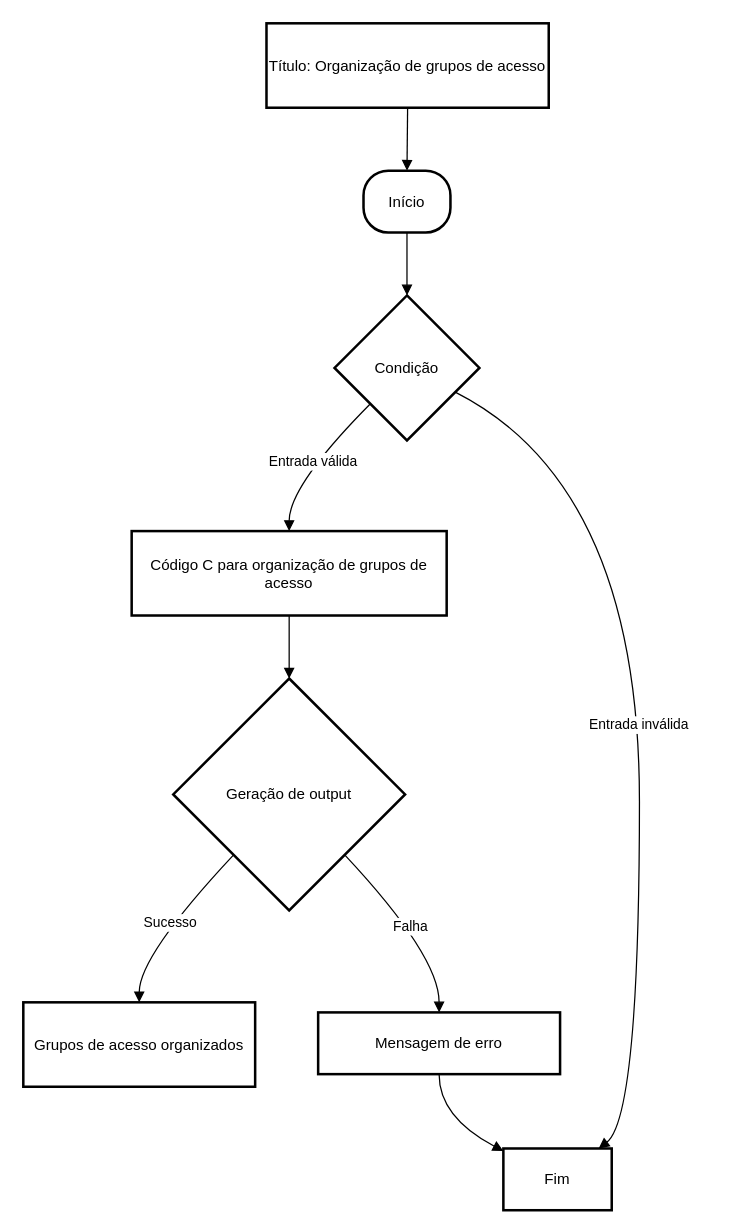
YuriMSdS/AccessGroupGCP keeps this draw.io diagram as Diagrama sem nome.drawio. Above is the earlier version. Source tidied: cells renumbered, new cells numbered last; positions are measured from the earlier drawing's top-left corner, leaving out a move shared by most shapes. Both pictures are drawn from the tidied source at 126%, with x=0, y=0 at pixel (23, 23).
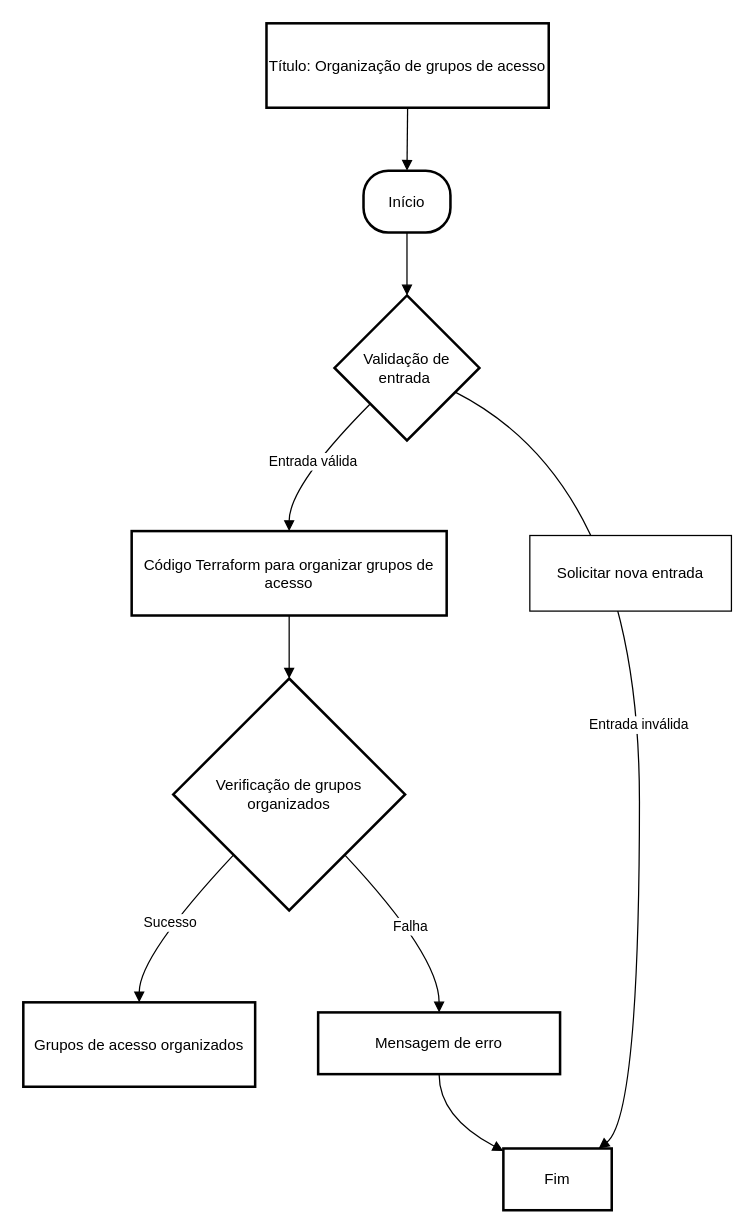
The same page after the edit.

Change to the diagram source:
```diff
@@
-    <mxCell id="4" value="Condição" style="rhombus;strokeWidth=2;whiteSpace=wrap;" parent="1" vertex="1">
+    <mxCell id="4" value="Validação de entrada " style="rhombus;strokeWidth=2;whiteSpace=wrap;" parent="1" vertex="1">
       <mxGeometry x="247" y="216" width="115" height="115" as="geometry" />
     </mxCell>
-    <mxCell id="5" value="Código C para organização de grupos de acesso" style="whiteSpace=wrap;strokeWidth=2;" parent="1" vertex="1">
+    <mxCell id="5" value="Código Terraform para organizar grupos de acesso" style="whiteSpace=wrap;strokeWidth=2;" parent="1" vertex="1">
       <mxGeometry x="86" y="403" width="250" height="67" as="geometry" />
     </mxCell>
@@
-    <mxCell id="7" value="Geração de output" style="rhombus;strokeWidth=2;whiteSpace=wrap;" parent="1" vertex="1">
+    <mxCell id="7" value="Verificação de grupos organizados" style="rhombus;strokeWidth=2;whiteSpace=wrap;" parent="1" vertex="1">
       <mxGeometry x="119" y="520" width="184" height="184" as="geometry" />
     </mxCell>
@@
+    <mxCell id="18" value="Solicitar nova entrada" style="rounded=0;whiteSpace=wrap;html=1;" parent="1" vertex="1">
+      <mxGeometry x="402" y="406.5" width="160" height="60" as="geometry" />
+    </mxCell>
```
